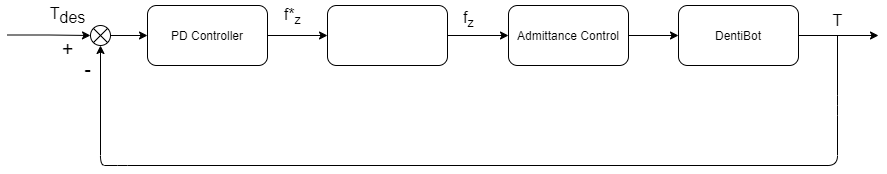
The draw.io diagram 009YiChan/Chan's thesis/Images/Original/feedrate_control.png in yichan0428/MS_thesis, before a commit. Source tidied: cells renumbered, new cells last; positions are measured from the earlier drawing's top-left corner, leaving out a move shared by most shapes.
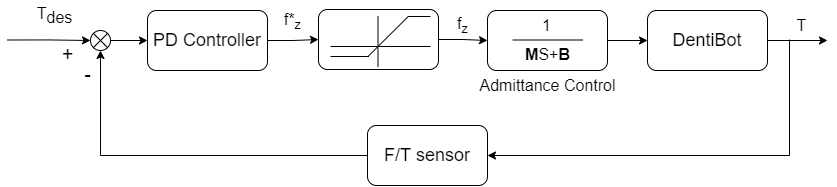
After the change.

What changed in the source:
```diff
@@ -2,71 +2,120 @@
   <root>
     <mxCell id="0" />
     <mxCell id="1" parent="0" />
-    <mxCell id="2" style="edgeStyle=orthogonalEdgeStyle;rounded=0;jettySize=auto;html=1;exitX=1;exitY=0.5;exitDx=0;exitDy=0;entryX=0;entryY=0.5;entryDx=0;entryDy=0;" parent="1" edge="1" source="3" target="5">
-      <mxGeometry relative="1" as="geometry" />
-    </mxCell>
+    <mxCell id="20" style="edgeStyle=orthogonalEdgeStyle;rounded=0;jettySize=auto;html=1;exitX=1;exitY=0.5;exitDx=0;exitDy=0;entryX=0;entryY=0.5;entryDx=0;entryDy=0;" parent="1" edge="1" source="3" target="22">
+      <mxGeometry relative="1" as="geometry" />
+    </mxCell>
-    <mxCell id="3" value="PD Controller" style="rounded=1;whiteSpace=wrap;html=1;" parent="1" vertex="1">
-      <mxGeometry x="140" y="5" width="120" height="60" as="geometry" />
+    <mxCell id="3" value="PD Controller" style="rounded=1;whiteSpace=wrap;html=1;fontSize=18;" parent="1" vertex="1">
+      <mxGeometry x="54" y="475" width="120" height="60" as="geometry" />
     </mxCell>
-    <mxCell id="4" style="edgeStyle=orthogonalEdgeStyle;rounded=0;jettySize=auto;html=1;exitX=1;exitY=0.5;exitDx=0;exitDy=0;" parent="1" edge="1" source="5" target="7">
-      <mxGeometry relative="1" as="geometry" />
-    </mxCell>
-    <mxCell id="5" style="rounded=1;whiteSpace=wrap;html=1;" parent="1" vertex="1">
-      <mxGeometry x="320" y="5" width="120" height="60" as="geometry" />
-    </mxCell>
-    <mxCell id="6" style="edgeStyle=orthogonalEdgeStyle;rounded=0;jettySize=auto;html=1;entryX=0;entryY=0.5;entryDx=0;entryDy=0;" parent="1" edge="1" source="7" target="9">
-      <mxGeometry relative="1" as="geometry" />
-    </mxCell>
-    <mxCell id="7" value="Admittance Control" style="rounded=1;whiteSpace=wrap;html=1;" parent="1" vertex="1">
-      <mxGeometry x="501" y="5" width="120" height="60" as="geometry" />
-    </mxCell>
-    <mxCell id="8" style="edgeStyle=orthogonalEdgeStyle;rounded=0;jettySize=auto;html=1;exitX=1;exitY=0.5;exitDx=0;exitDy=0;" parent="1" edge="1" source="9">
-      <mxGeometry relative="1" as="geometry">
-        <mxPoint x="871" y="35" as="targetPoint" />
-      </mxGeometry>
-    </mxCell>
-    <mxCell id="9" value="DentiBot" style="rounded=1;whiteSpace=wrap;html=1;" parent="1" vertex="1">
-      <mxGeometry x="671" y="5" width="120" height="60" as="geometry" />
-    </mxCell>
-    <mxCell id="10" style="endArrow=classic;html=1;entryX=0.5;entryY=1;entryDx=0;entryDy=0;" parent="1" edge="1" target="12">
-      <mxGeometry relative="1" as="geometry">
-        <mxPoint x="830" y="35" as="sourcePoint" />
-        <Array as="points">
-          <mxPoint x="830" y="105" />
-          <mxPoint x="830" y="165" />
-          <mxPoint x="110" y="165" />
-          <mxPoint x="93" y="165" />
-        </Array>
-      </mxGeometry>
-    </mxCell>
-    <mxCell id="11" style="edgeStyle=orthogonalEdgeStyle;rounded=0;jettySize=auto;html=1;exitX=1;exitY=0.5;exitDx=0;exitDy=0;entryX=0;entryY=0.5;entryDx=0;entryDy=0;" parent="1" edge="1" source="12" target="3">
-      <mxGeometry relative="1" as="geometry" />
-    </mxCell>
-    <mxCell id="12" style="shape=sumEllipse;perimeter=ellipsePerimeter;whiteSpace=wrap;html=1;backgroundOutline=1;" parent="1" vertex="1">
-      <mxGeometry x="83" y="25" width="20" height="20" as="geometry" />
-    </mxCell>
-    <mxCell id="13" style="edgeStyle=orthogonalEdgeStyle;rounded=0;jettySize=auto;html=1;entryX=0;entryY=0.5;entryDx=0;entryDy=0;" parent="1" edge="1" target="12">
-      <mxGeometry relative="1" as="geometry">
-        <mxPoint y="34.5" as="sourcePoint" />
-      </mxGeometry>
-    </mxCell>
+    <mxCell id="21" style="edgeStyle=orthogonalEdgeStyle;rounded=0;jettySize=auto;html=1;exitX=1;exitY=0.5;exitDx=0;exitDy=0;" parent="1" edge="1" source="22">
+      <mxGeometry relative="1" as="geometry">
+        <mxPoint x="394" y="505" as="targetPoint" />
+      </mxGeometry>
+    </mxCell>
+    <mxCell id="22" style="rounded=1;whiteSpace=wrap;html=1;" parent="1" vertex="1">
+      <mxGeometry x="225" y="474" width="120" height="60" as="geometry" />
+    </mxCell>
+    <mxCell id="23" style="edgeStyle=orthogonalEdgeStyle;rounded=0;jettySize=auto;html=1;exitX=1;exitY=0.5;exitDx=0;exitDy=0;entryX=0;entryY=0.5;entryDx=0;entryDy=0;" parent="1" edge="1" source="24" target="3">
+      <mxGeometry relative="1" as="geometry" />
+    </mxCell>
+    <mxCell id="24" style="shape=sumEllipse;perimeter=ellipsePerimeter;whiteSpace=wrap;html=1;backgroundOutline=1;" parent="1" vertex="1">
+      <mxGeometry x="-3" y="495" width="20" height="20" as="geometry" />
+    </mxCell>
+    <mxCell id="25" style="edgeStyle=orthogonalEdgeStyle;rounded=0;jettySize=auto;html=1;entryX=0;entryY=0.5;entryDx=0;entryDy=0;" parent="1" edge="1" target="24">
+      <mxGeometry relative="1" as="geometry">
+        <mxPoint x="-86" y="504.5" as="sourcePoint" />
+      </mxGeometry>
+    </mxCell>
     <mxCell id="14" value="f&lt;sub&gt;z&lt;/sub&gt;" style="text;html=1;align=center;verticalAlign=middle;strokeColor=none;fontSize=16;" parent="1" vertex="1">
-      <mxGeometry x="446" y="3" width="30" height="30" as="geometry" />
+      <mxGeometry x="354" y="474" width="30" height="30" as="geometry" />
     </mxCell>
     <mxCell id="15" value="T" style="text;html=1;align=center;verticalAlign=middle;points=[];strokeColor=none;fontSize=16;" parent="1" vertex="1">
-      <mxGeometry x="815" y="10" width="30" height="20" as="geometry" />
+      <mxGeometry x="693.1" y="480" width="30" height="20" as="geometry" />
     </mxCell>
     <mxCell id="16" value="T&lt;sub style=&quot;font-size: 16px;&quot;&gt;des&lt;/sub&gt;" style="text;html=1;align=center;verticalAlign=middle;strokeColor=none;fontSize=16;" parent="1" vertex="1">
-      <mxGeometry x="35" width="50" height="30" as="geometry" />
+      <mxGeometry x="-64" y="465" width="50" height="30" as="geometry" />
     </mxCell>
     <mxCell id="17" value="+" style="text;html=1;align=center;verticalAlign=middle;strokeColor=none;fontSize=20;" parent="1" vertex="1">
-      <mxGeometry x="45" y="33" width="30" height="30" as="geometry" />
+      <mxGeometry x="-41" y="503" width="30" height="30" as="geometry" />
     </mxCell>
     <mxCell id="18" value="-" style="text;html=1;align=center;verticalAlign=middle;strokeColor=none;fontSize=20;" parent="1" vertex="1">
-      <mxGeometry x="70" y="53" width="20" height="30" as="geometry" />
+      <mxGeometry x="-16" y="523" width="20" height="30" as="geometry" />
     </mxCell>
     <mxCell id="19" value="f*&lt;sub&gt;z&lt;/sub&gt;" style="text;html=1;align=center;verticalAlign=middle;strokeColor=none;fontSize=16;" parent="1" vertex="1">
-      <mxGeometry x="270" width="30" height="30" as="geometry" />
+      <mxGeometry x="184" y="470" width="30" height="30" as="geometry" />
     </mxCell>
+    <mxCell id="26" style="edgeStyle=orthogonalEdgeStyle;rounded=0;jettySize=auto;html=1;exitX=1;exitY=0.5;exitDx=0;exitDy=0;entryX=0;entryY=0.5;entryDx=0;entryDy=0;" parent="1" edge="1" source="27" target="9">
+      <mxGeometry relative="1" as="geometry" />
+    </mxCell>
+    <mxCell id="27" style="rounded=1;whiteSpace=wrap;html=1;" parent="1" vertex="1">
+      <mxGeometry x="394" y="475" width="120" height="60" as="geometry" />
+    </mxCell>
+    <mxCell id="28" style="edgeStyle=orthogonalEdgeStyle;rounded=0;jettySize=auto;html=1;exitX=1;exitY=0.5;exitDx=0;exitDy=0;" parent="1" edge="1" source="9">
+      <mxGeometry relative="1" as="geometry">
+        <mxPoint x="734" y="505" as="targetPoint" />
+      </mxGeometry>
+    </mxCell>
+    <mxCell id="9" value="DentiBot" style="rounded=1;whiteSpace=wrap;html=1;fontSize=18;" parent="1" vertex="1">
+      <mxGeometry x="554" y="475" width="120" height="60" as="geometry" />
+    </mxCell>
+    <mxCell id="29" style="edgeStyle=orthogonalEdgeStyle;rounded=0;jettySize=auto;html=1;exitX=0;exitY=0.5;exitDx=0;exitDy=0;entryX=0.5;entryY=1;entryDx=0;entryDy=0;" parent="1" edge="1" source="30" target="24">
+      <mxGeometry relative="1" as="geometry" />
+    </mxCell>
+    <mxCell id="30" value="F/T sensor" style="rounded=1;whiteSpace=wrap;html=1;fontSize=18;" parent="1" vertex="1">
+      <mxGeometry x="274" y="590" width="120" height="60" as="geometry" />
+    </mxCell>
+    <mxCell id="31" style="endArrow=none;html=1;" parent="1" edge="1">
+      <mxGeometry relative="1" as="geometry">
+        <mxPoint x="237" y="511" as="sourcePoint" />
+        <mxPoint x="337" y="511" as="targetPoint" />
+      </mxGeometry>
+    </mxCell>
+    <mxCell id="32" style="endArrow=none;html=1;" parent="1" edge="1">
+      <mxGeometry relative="1" as="geometry">
+        <mxPoint x="284.5" y="481" as="sourcePoint" />
+        <mxPoint x="284.5" y="531" as="targetPoint" />
+      </mxGeometry>
+    </mxCell>
+    <mxCell id="33" style="endArrow=none;html=1;" parent="1" edge="1">
+      <mxGeometry relative="1" as="geometry">
+        <mxPoint x="314.5" y="481" as="sourcePoint" />
+        <mxPoint x="337" y="481" as="targetPoint" />
+      </mxGeometry>
+    </mxCell>
+    <mxCell id="34" style="endArrow=none;html=1;" parent="1" edge="1">
+      <mxGeometry relative="1" as="geometry">
+        <mxPoint x="237" y="521" as="sourcePoint" />
+        <mxPoint x="275.5" y="521" as="targetPoint" />
+      </mxGeometry>
+    </mxCell>
+    <mxCell id="35" style="endArrow=none;html=1;" parent="1" edge="1">
+      <mxGeometry relative="1" as="geometry">
+        <mxPoint x="274.5" y="521" as="sourcePoint" />
+        <mxPoint x="314.8" y="481" as="targetPoint" />
+      </mxGeometry>
+    </mxCell>
+    <mxCell id="36" style="edgeStyle=orthogonalEdgeStyle;rounded=0;jettySize=auto;html=1;exitX=0.096;exitY=1.2;exitDx=0;exitDy=0;exitPerimeter=0;entryX=1;entryY=0.5;entryDx=0;entryDy=0;" parent="1" edge="1" source="15" target="30">
+      <mxGeometry relative="1" as="geometry">
+        <Array as="points">
+          <mxPoint x="696" y="620" />
+        </Array>
+      </mxGeometry>
+    </mxCell>
+    <mxCell id="37" style="endArrow=none;html=1;" parent="1" edge="1">
+      <mxGeometry relative="1" as="geometry">
+        <mxPoint x="419" y="504.5" as="sourcePoint" />
+        <mxPoint x="489" y="504.5" as="targetPoint" />
+      </mxGeometry>
+    </mxCell>
+    <mxCell id="38" value="&lt;b style=&quot;font-size: 16px;&quot;&gt;M&lt;/b&gt;S+&lt;b style=&quot;font-size: 16px;&quot;&gt;B&lt;/b&gt;" style="text;html=1;align=center;verticalAlign=middle;strokeColor=none;fontSize=16;" parent="1" vertex="1">
+      <mxGeometry x="424" y="509" width="60" height="20" as="geometry" />
+    </mxCell>
+    <mxCell id="39" value="1" style="text;html=1;align=center;verticalAlign=middle;strokeColor=none;fontSize=16;" parent="1" vertex="1">
+      <mxGeometry x="443.1" y="480" width="20" height="20" as="geometry" />
+    </mxCell>
+    <mxCell id="7" value="Admittance Control" style="text;html=1;align=center;verticalAlign=middle;points=[];strokeColor=none;fontSize=16;" parent="1" vertex="1">
+      <mxGeometry x="379" y="540" width="150" height="20" as="geometry" />
+    </mxCell>
   </root>
 </mxGraphModel>
```
